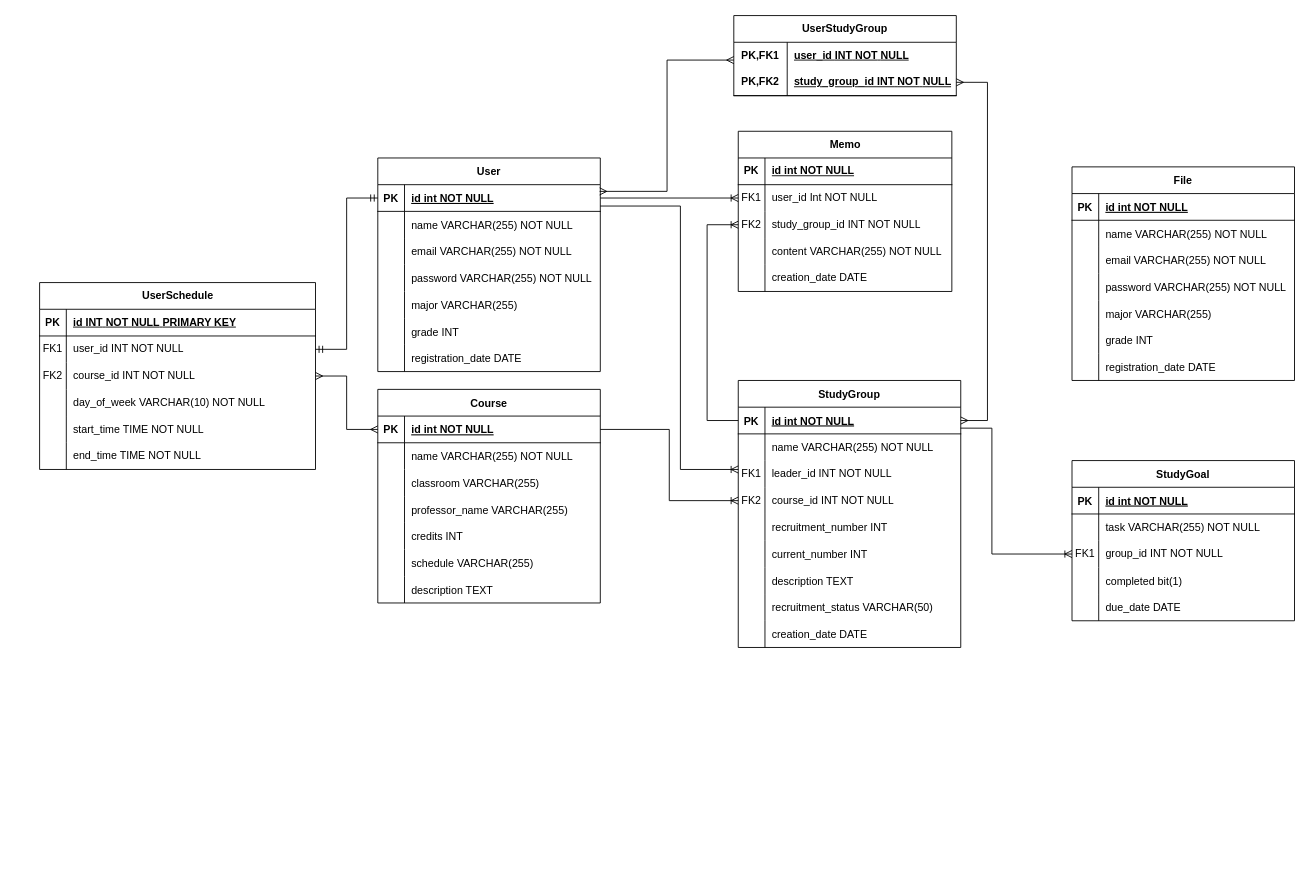
The draw.io diagram demo/제목 없는 다이어그램.drawio in ittnw39/StudyThing, before the edit. Source tidied: cells renumbered, new cells numbered last; positions are measured from the earlier drawing's top-left corner, leaving out a move shared by most shapes. Both pictures are drawn from the tidied source at 89%, with x=0, y=0 at pixel (39, 15).
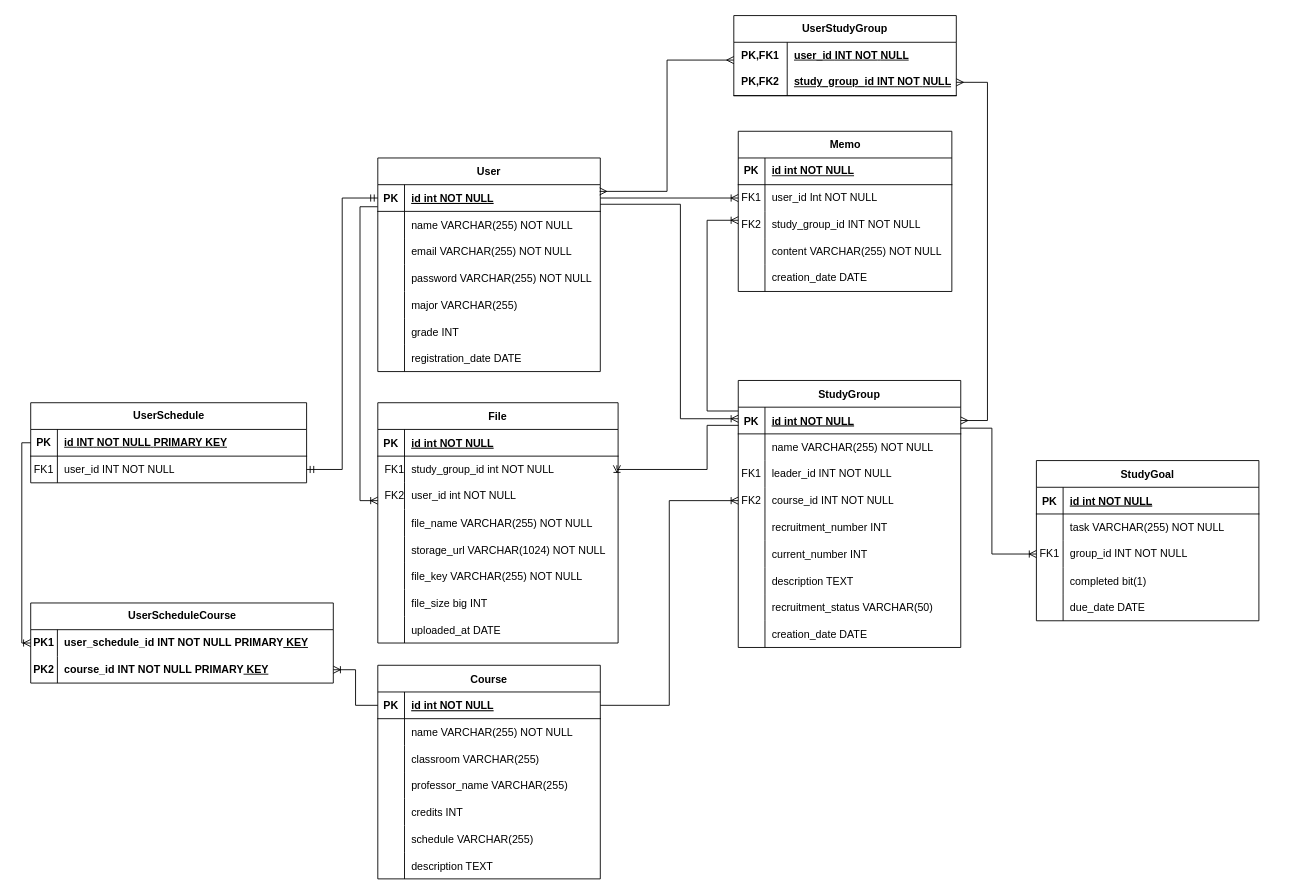
The same page after the edit.

Commit message (it also covers changes not shown here):
제목 없는 다이어그램.drawio 업데이트

Unchanged cells that the change refers to:
```xml
<mxCell id="3" style="shape=partialRectangle;fillColor=none;points=[[0,0.5],[1,0.5]];portConstraint=eastwest;top=0;left=0;right=0;bottom=1;" parent="2" vertex="1">
  <mxGeometry y="30" width="250" height="30" as="geometry" />
</mxCell>
<mxCell id="25" style="shape=partialRectangle;fillColor=none;points=[[0,0.5],[1,0.5]];portConstraint=eastwest;top=0;left=0;right=0;bottom=1;" parent="24" vertex="1">
  <mxGeometry y="30" width="250" height="30" as="geometry" />
</mxCell>
<mxCell id="31" style="shape=tableRow;horizontal=0;startSize=0;swimlaneHead=0;swimlaneBody=0;fillColor=none;points=[[0,0.5],[1,0.5]];portConstraint=eastwest;top=0;left=0;right=0;bottom=0;" parent="24" vertex="1">
  <mxGeometry y="90" width="250" height="30" as="geometry" />
</mxCell>
<mxCell id="75" style="shape=tableRow;horizontal=0;startSize=0;swimlaneHead=0;swimlaneBody=0;fillColor=none;points=[[0,0.5],[1,0.5]];portConstraint=eastwest;top=0;left=0;right=0;bottom=1;" parent="74" vertex="1">
  <mxGeometry y="30" width="310" height="30" as="geometry" />
</mxCell>
<mxCell id="113" style="shape=tableRow;horizontal=0;startSize=0;swimlaneHead=0;swimlaneBody=0;fillColor=none;points=[[0,0.5],[1,0.5]];portConstraint=eastwest;top=0;left=0;right=0;bottom=0;" parent="106" vertex="1">
  <mxGeometry y="90" width="240" height="30" as="geometry" />
</mxCell>
```

Diff of the diagram source:
```diff
@@
     <mxCell id="2" value="Course " style="shape=table;startSize=30;childLayout=tableLayout;rowLines=0;fontStyle=1;align=center;" parent="1" vertex="1">
-      <mxGeometry x="380" y="420" width="250" height="240" as="geometry" />
+      <mxGeometry x="380" y="730" width="250" height="240" as="geometry" />
     </mxCell>
@@
     <mxCell id="74" value="UserSchedule " style="shape=table;startSize=30;childLayout=tableLayout;rowLines=0;fontStyle=1;align=center;html=1;" parent="1" vertex="1">
-      <mxGeometry y="300" width="310" height="210" as="geometry" />
+      <mxGeometry x="-10" y="435" width="310" height="90" as="geometry" />
     </mxCell>
@@
-    <mxCell id="81" style="shape=tableRow;horizontal=0;startSize=0;swimlaneHead=0;swimlaneBody=0;fillColor=none;points=[[0,0.5],[1,0.5]];portConstraint=eastwest;top=0;left=0;right=0;bottom=0;" parent="74" vertex="1">
-      <mxGeometry y="90" width="310" height="30" as="geometry" />
-    </mxCell>
-    <mxCell id="82" value="FK2" style="shape=partialRectangle;fillColor=none;top=0;left=0;bottom=0;right=0;fontStyle=0;overflow=hidden;whiteSpace=wrap;html=1;" parent="81" vertex="1">
-      <mxGeometry width="30" height="30" as="geometry" />
-    </mxCell>
-    <mxCell id="83" value="course_id &lt;span class=&quot;hljs-type&quot;&gt;INT&lt;/span&gt; &lt;span class=&quot;hljs-keyword&quot;&gt;NOT&lt;/span&gt; &lt;span class=&quot;hljs-keyword&quot;&gt;NULL&lt;/span&gt;" style="shape=partialRectangle;fillColor=none;top=0;left=0;bottom=0;right=0;align=left;spacingLeft=6;fontStyle=0;overflow=hidden;whiteSpace=wrap;html=1;" parent="81" vertex="1">
-      <mxGeometry x="30" width="280" height="30" as="geometry" />
-    </mxCell>
-    <mxCell id="84" style="shape=tableRow;horizontal=0;startSize=0;swimlaneHead=0;swimlaneBody=0;fillColor=none;top=0;left=0;right=0;bottom=0;" parent="74" vertex="1">
-      <mxGeometry y="120" width="310" height="30" as="geometry" />
-    </mxCell>
-    <mxCell id="85" style="shape=partialRectangle;fillColor=none;top=0;left=0;bottom=0;right=0;overflow=hidden;whiteSpace=wrap;html=1;" parent="84" vertex="1">
-      <mxGeometry width="30" height="30" as="geometry" />
-    </mxCell>
-    <mxCell id="86" value="day_of_week &lt;span class=&quot;hljs-type&quot;&gt;VARCHAR&lt;/span&gt;(&lt;span class=&quot;hljs-number&quot;&gt;10&lt;/span&gt;) &lt;span class=&quot;hljs-keyword&quot;&gt;NOT&lt;/span&gt; &lt;span class=&quot;hljs-keyword&quot;&gt;NULL&lt;/span&gt;" style="shape=partialRectangle;fillColor=none;top=0;left=0;bottom=0;right=0;align=left;spacingLeft=6;overflow=hidden;whiteSpace=wrap;html=1;" parent="84" vertex="1">
-      <mxGeometry x="30" width="280" height="30" as="geometry" />
-    </mxCell>
-    <mxCell id="87" style="shape=tableRow;horizontal=0;startSize=0;swimlaneHead=0;swimlaneBody=0;fillColor=none;top=0;left=0;right=0;bottom=0;" parent="74" vertex="1">
-      <mxGeometry y="150" width="310" height="30" as="geometry" />
-    </mxCell>
-    <mxCell id="88" style="shape=partialRectangle;fillColor=none;top=0;left=0;bottom=0;right=0;overflow=hidden;whiteSpace=wrap;html=1;" parent="87" vertex="1">
-      <mxGeometry width="30" height="30" as="geometry" />
-    </mxCell>
-    <mxCell id="89" value="start_time &lt;span class=&quot;hljs-type&quot;&gt;TIME&lt;/span&gt; &lt;span class=&quot;hljs-keyword&quot;&gt;NOT&lt;/span&gt; &lt;span class=&quot;hljs-keyword&quot;&gt;NULL&lt;/span&gt;" style="shape=partialRectangle;fillColor=none;top=0;left=0;bottom=0;right=0;align=left;spacingLeft=6;overflow=hidden;whiteSpace=wrap;html=1;" parent="87" vertex="1">
-      <mxGeometry x="30" width="280" height="30" as="geometry" />
-    </mxCell>
-    <mxCell id="90" style="shape=tableRow;horizontal=0;startSize=0;swimlaneHead=0;swimlaneBody=0;fillColor=none;top=0;left=0;right=0;bottom=0;" parent="74" vertex="1">
-      <mxGeometry y="180" width="310" height="30" as="geometry" />
-    </mxCell>
-    <mxCell id="91" style="shape=partialRectangle;fillColor=none;top=0;left=0;bottom=0;right=0;overflow=hidden;whiteSpace=wrap;html=1;" parent="90" vertex="1">
-      <mxGeometry width="30" height="30" as="geometry" />
-    </mxCell>
-    <mxCell id="92" value="end_time &lt;span class=&quot;hljs-type&quot;&gt;TIME&lt;/span&gt; &lt;span class=&quot;hljs-keyword&quot;&gt;NOT&lt;/span&gt; &lt;span class=&quot;hljs-keyword&quot;&gt;NULL&lt;/span&gt;" style="shape=partialRectangle;fillColor=none;top=0;left=0;bottom=0;right=0;align=left;spacingLeft=6;overflow=hidden;whiteSpace=wrap;html=1;" parent="90" vertex="1">
-      <mxGeometry x="30" width="280" height="30" as="geometry" />
-    </mxCell>
@@
-    <mxCell id="101" style="fontSize=12;html=1;endArrow=ERmany;startArrow=ERmany;rounded=0;edgeStyle=orthogonalEdgeStyle;" parent="1" edge="1" source="81" target="3">
-      <mxGeometry relative="1" as="geometry" />
-    </mxCell>
@@
-    <mxCell id="105" style="edgeStyle=orthogonalEdgeStyle;fontSize=12;html=1;endArrow=ERoneToMany;rounded=0;" parent="1" edge="1" target="31">
+    <mxCell id="105" style="edgeStyle=orthogonalEdgeStyle;fontSize=12;html=1;endArrow=ERoneToMany;rounded=0;entryX=0;entryY=0.5;entryDx=0;entryDy=0;" parent="1" edge="1">
       <mxGeometry relative="1" as="geometry">
-        <mxPoint x="630" y="214" as="sourcePoint" />
+        <mxPoint x="630" y="212" as="sourcePoint" />
+        <mxPoint x="785" y="453" as="targetPoint" />
         <Array as="points">
-          <mxPoint x="720" y="214" />
-          <mxPoint x="720" y="510" />
+          <mxPoint x="720" y="212" />
+          <mxPoint x="720" y="453" />
         </Array>
       </mxGeometry>
     </mxCell>
@@
-    <mxCell id="123" style="fontSize=12;html=1;endArrow=ERoneToMany;rounded=0;fontFamily=Helvetica;fontColor=default;fontStyle=0;edgeStyle=orthogonalEdgeStyle;entryX=0;entryY=0.5;entryDx=0;entryDy=0;exitX=0;exitY=0.5;exitDx=0;exitDy=0;" parent="1" edge="1" source="25" target="113">
+    <mxCell id="123" style="fontSize=12;html=1;endArrow=ERoneToMany;rounded=0;fontFamily=Helvetica;fontColor=default;fontStyle=0;edgeStyle=orthogonalEdgeStyle;entryX=0;entryY=0.5;entryDx=0;entryDy=0;exitX=0;exitY=0.31;exitDx=0;exitDy=0;exitPerimeter=0;" parent="1" edge="1">
       <mxGeometry relative="1" as="geometry">
+        <mxPoint x="785" y="444.3" as="sourcePoint" />
+        <mxPoint x="785" y="230" as="targetPoint" />
         <Array as="points">
-          <mxPoint x="750" y="455" />
-          <mxPoint x="750" y="235" />
+          <mxPoint x="750" y="444" />
+          <mxPoint x="750" y="230" />
         </Array>
       </mxGeometry>
     </mxCell>
     <mxCell id="124" value="StudyGoal" style="shape=table;startSize=30;childLayout=tableLayout;rowLines=0;fontStyle=1;align=center;" parent="1" vertex="1">
-      <mxGeometry x="1160" y="500" width="250" height="180" as="geometry" />
+      <mxGeometry x="1120" y="500" width="250" height="180" as="geometry" />
     </mxCell>
@@
     <mxCell id="141" value="File" style="shape=table;startSize=30;childLayout=tableLayout;rowLines=0;fontStyle=1;align=center;" parent="1" vertex="1">
-      <mxGeometry x="1160" y="170" width="250" height="240" as="geometry" />
+      <mxGeometry x="380" y="435" width="270" height="270" as="geometry" />
     </mxCell>
     <mxCell id="142" style="shape=partialRectangle;fillColor=none;top=0;left=0;right=0;bottom=1;" parent="141" vertex="1">
-      <mxGeometry y="30" width="250" height="30" as="geometry" />
+      <mxGeometry y="30" width="270" height="30" as="geometry" />
     </mxCell>
@@
     <mxCell id="144" value="id int NOT NULL " style="shape=partialRectangle;overflow=hidden;fillColor=none;top=0;left=0;bottom=0;right=0;align=left;spacingLeft=6;fontStyle=5;" parent="142" vertex="1">
-      <mxGeometry x="30" width="220" height="30" as="geometry" />
+      <mxGeometry x="30" width="240" height="30" as="geometry" />
     </mxCell>
+    <mxCell id="163" style="shape=tableRow;horizontal=0;startSize=0;swimlaneHead=0;swimlaneBody=0;fillColor=none;points=[[0,0.5],[1,0.5]];portConstraint=eastwest;top=0;left=0;right=0;bottom=0;strokeColor=default;align=left;verticalAlign=middle;spacingLeft=6;fontFamily=Helvetica;fontSize=12;fontColor=default;fontStyle=0;" parent="141" vertex="1">
+      <mxGeometry y="60" width="270" height="30" as="geometry" />
+    </mxCell>
+    <mxCell id="164" value="FK1" style="shape=partialRectangle;fillColor=none;top=0;left=0;bottom=0;right=0;fontStyle=0;overflow=hidden;whiteSpace=wrap;html=1;strokeColor=default;align=left;verticalAlign=middle;spacingLeft=6;fontFamily=Helvetica;fontSize=12;fontColor=default;" parent="163" vertex="1">
+      <mxGeometry width="30" height="30" as="geometry" />
+    </mxCell>
+    <mxCell id="165" value="study_group_id int NOT NULL" style="shape=partialRectangle;fillColor=none;top=0;left=0;bottom=0;right=0;align=left;spacingLeft=6;fontStyle=0;overflow=hidden;whiteSpace=wrap;html=1;strokeColor=default;verticalAlign=middle;fontFamily=Helvetica;fontSize=12;fontColor=default;" parent="163" vertex="1">
+      <mxGeometry x="30" width="240" height="30" as="geometry" />
+    </mxCell>
+    <mxCell id="166" style="shape=tableRow;horizontal=0;startSize=0;swimlaneHead=0;swimlaneBody=0;fillColor=none;points=[[0,0.5],[1,0.5]];portConstraint=eastwest;top=0;left=0;right=0;bottom=0;strokeColor=default;align=left;verticalAlign=middle;spacingLeft=6;fontFamily=Helvetica;fontSize=12;fontColor=default;fontStyle=0;" parent="141" vertex="1">
+      <mxGeometry y="90" width="270" height="30" as="geometry" />
+    </mxCell>
+    <mxCell id="82" value="FK2" style="shape=partialRectangle;fillColor=none;top=0;left=0;bottom=0;right=0;fontStyle=0;overflow=hidden;whiteSpace=wrap;html=1;strokeColor=default;align=left;verticalAlign=middle;spacingLeft=6;fontFamily=Helvetica;fontSize=12;fontColor=default;" parent="166" vertex="1">
+      <mxGeometry width="30" height="30" as="geometry" />
+    </mxCell>
+    <mxCell id="167" value="user_id int NOT NULL" style="shape=partialRectangle;fillColor=none;top=0;left=0;bottom=0;right=0;align=left;spacingLeft=6;fontStyle=0;overflow=hidden;whiteSpace=wrap;html=1;strokeColor=default;verticalAlign=middle;fontFamily=Helvetica;fontSize=12;fontColor=default;" parent="166" vertex="1">
+      <mxGeometry x="30" width="240" height="30" as="geometry" />
+    </mxCell>
     <mxCell id="145" style="shape=partialRectangle;fillColor=none;top=0;left=0;right=0;bottom=0;" parent="141" vertex="1">
-      <mxGeometry y="60" width="250" height="30" as="geometry" />
+      <mxGeometry y="120" width="270" height="30" as="geometry" />
     </mxCell>
@@
-    <mxCell id="147" value="name VARCHAR(255) NOT NULL" style="shape=partialRectangle;overflow=hidden;fillColor=none;top=0;left=0;bottom=0;right=0;align=left;spacingLeft=6;" parent="145" vertex="1">
-      <mxGeometry x="30" width="220" height="30" as="geometry" />
+    <mxCell id="147" value="file_name VARCHAR(255) NOT NULL" style="shape=partialRectangle;overflow=hidden;fillColor=none;top=0;left=0;bottom=0;right=0;align=left;spacingLeft=6;" parent="145" vertex="1">
+      <mxGeometry x="30" width="240" height="30" as="geometry" />
     </mxCell>
     <mxCell id="148" style="shape=tableRow;horizontal=0;startSize=0;swimlaneHead=0;swimlaneBody=0;fillColor=none;top=0;left=0;right=0;bottom=0;" parent="141" vertex="1">
-      <mxGeometry y="90" width="250" height="30" as="geometry" />
+      <mxGeometry y="150" width="270" height="30" as="geometry" />
     </mxCell>
@@
-    <mxCell id="150" value="email VARCHAR(255) NOT NULL" style="shape=partialRectangle;fillColor=none;top=0;left=0;bottom=0;right=0;align=left;spacingLeft=6;overflow=hidden;" parent="148" vertex="1">
-      <mxGeometry x="30" width="220" height="30" as="geometry" />
+    <mxCell id="150" value="storage_url VARCHAR(1024) NOT NULL" style="shape=partialRectangle;fillColor=none;top=0;left=0;bottom=0;right=0;align=left;spacingLeft=6;overflow=hidden;" parent="148" vertex="1">
+      <mxGeometry x="30" width="240" height="30" as="geometry" />
     </mxCell>
     <mxCell id="151" style="shape=tableRow;horizontal=0;startSize=0;swimlaneHead=0;swimlaneBody=0;fillColor=none;top=0;left=0;right=0;bottom=0;" parent="141" vertex="1">
-      <mxGeometry y="120" width="250" height="30" as="geometry" />
+      <mxGeometry y="180" width="270" height="30" as="geometry" />
     </mxCell>
@@
-    <mxCell id="153" value="password VARCHAR(255) NOT NULL" style="shape=partialRectangle;fillColor=none;top=0;left=0;bottom=0;right=0;align=left;spacingLeft=6;overflow=hidden;" parent="151" vertex="1">
-      <mxGeometry x="30" width="220" height="30" as="geometry" />
+    <mxCell id="153" value="file_key VARCHAR(255) NOT NULL" style="shape=partialRectangle;fillColor=none;top=0;left=0;bottom=0;right=0;align=left;spacingLeft=6;overflow=hidden;" parent="151" vertex="1">
+      <mxGeometry x="30" width="240" height="30" as="geometry" />
     </mxCell>
     <mxCell id="154" style="shape=tableRow;horizontal=0;startSize=0;swimlaneHead=0;swimlaneBody=0;fillColor=none;top=0;left=0;right=0;bottom=0;" parent="141" vertex="1">
-      <mxGeometry y="150" width="250" height="30" as="geometry" />
+      <mxGeometry y="210" width="270" height="30" as="geometry" />
     </mxCell>
@@
-    <mxCell id="156" value="major VARCHAR(255)" style="shape=partialRectangle;fillColor=none;top=0;left=0;bottom=0;right=0;align=left;spacingLeft=6;overflow=hidden;" parent="154" vertex="1">
-      <mxGeometry x="30" width="220" height="30" as="geometry" />
+    <mxCell id="156" value="file_size big INT" style="shape=partialRectangle;fillColor=none;top=0;left=0;bottom=0;right=0;align=left;spacingLeft=6;overflow=hidden;" parent="154" vertex="1">
+      <mxGeometry x="30" width="240" height="30" as="geometry" />
     </mxCell>
-    <mxCell id="157" style="shape=tableRow;horizontal=0;startSize=0;swimlaneHead=0;swimlaneBody=0;fillColor=none;top=0;left=0;right=0;bottom=0;" parent="141" vertex="1">
-      <mxGeometry y="180" width="250" height="30" as="geometry" />
-    </mxCell>
-    <mxCell id="158" style="shape=partialRectangle;fillColor=none;top=0;left=0;bottom=0;right=0;overflow=hidden;" parent="157" vertex="1">
-      <mxGeometry width="30" height="30" as="geometry" />
-    </mxCell>
-    <mxCell id="159" value="grade INT" style="shape=partialRectangle;fillColor=none;top=0;left=0;bottom=0;right=0;align=left;spacingLeft=6;overflow=hidden;" parent="157" vertex="1">
-      <mxGeometry x="30" width="220" height="30" as="geometry" />
-    </mxCell>
     <mxCell id="160" style="shape=tableRow;horizontal=0;startSize=0;swimlaneHead=0;swimlaneBody=0;fillColor=none;top=0;left=0;right=0;bottom=0;" parent="141" vertex="1">
-      <mxGeometry y="210" width="250" height="30" as="geometry" />
+      <mxGeometry y="240" width="270" height="30" as="geometry" />
     </mxCell>
@@
-    <mxCell id="162" value="registration_date DATE" style="shape=partialRectangle;fillColor=none;top=0;left=0;bottom=0;right=0;align=left;spacingLeft=6;overflow=hidden;" parent="160" vertex="1">
-      <mxGeometry x="30" width="220" height="30" as="geometry" />
+    <mxCell id="162" value="uploaded_at DATE" style="shape=partialRectangle;fillColor=none;top=0;left=0;bottom=0;right=0;align=left;spacingLeft=6;overflow=hidden;" parent="160" vertex="1">
+      <mxGeometry x="30" width="240" height="30" as="geometry" />
     </mxCell>
+    <mxCell id="168" style="edgeStyle=orthogonalEdgeStyle;fontSize=12;html=1;endArrow=ERoneToMany;rounded=0;fontFamily=Helvetica;fontColor=default;fontStyle=0;entryX=0.995;entryY=0.343;entryDx=0;entryDy=0;exitX=0.001;exitY=0.68;exitDx=0;exitDy=0;exitPerimeter=0;entryPerimeter=0;" parent="1" edge="1" source="25" target="163">
+      <mxGeometry relative="1" as="geometry">
+        <Array as="points">
+          <mxPoint x="750" y="460" />
+          <mxPoint x="750" y="510" />
+        </Array>
+      </mxGeometry>
+    </mxCell>
+    <mxCell id="169" style="edgeStyle=orthogonalEdgeStyle;fontSize=12;html=1;endArrow=ERoneToMany;rounded=0;fontFamily=Helvetica;fontColor=default;fontStyle=0;exitX=0.003;exitY=0.828;exitDx=0;exitDy=0;exitPerimeter=0;" parent="1" edge="1" target="166">
+      <mxGeometry relative="1" as="geometry">
+        <mxPoint x="379.8" y="214.8" as="sourcePoint" />
+        <Array as="points">
+          <mxPoint x="360" y="215" />
+          <mxPoint x="360" y="545" />
+        </Array>
+      </mxGeometry>
+    </mxCell>
+    <mxCell id="170" value="UserScheduleCourse" style="shape=table;startSize=30;childLayout=tableLayout;rowLines=0;fontStyle=1;align=center;html=1;" parent="1" vertex="1">
+      <mxGeometry x="-10" y="660" width="340" height="90" as="geometry" />
+    </mxCell>
+    <mxCell id="171" style="shape=tableRow;horizontal=0;startSize=0;swimlaneHead=0;swimlaneBody=0;fillColor=none;points=[[0,0.5],[1,0.5]];portConstraint=eastwest;top=0;left=0;right=0;bottom=0;" parent="170" vertex="1">
+      <mxGeometry y="30" width="340" height="30" as="geometry" />
+    </mxCell>
+    <mxCell id="172" value="&lt;span style=&quot;font-weight: 700;&quot;&gt;PK1&lt;/span&gt;" style="shape=partialRectangle;fillColor=none;top=0;left=0;bottom=0;right=0;fontStyle=0;overflow=hidden;whiteSpace=wrap;html=1;" parent="171" vertex="1">
+      <mxGeometry width="30" height="30" as="geometry" />
+    </mxCell>
+    <mxCell id="173" value="&lt;b&gt;user_schedule_id &lt;span class=&quot;hljs-type&quot;&gt;INT&lt;/span&gt; &lt;span class=&quot;hljs-keyword&quot;&gt;NOT&lt;/span&gt; &lt;span class=&quot;hljs-keyword&quot;&gt;NULL&amp;nbsp;&lt;/span&gt;&lt;/b&gt;&lt;span style=&quot;font-weight: 700;&quot; class=&quot;hljs-keyword&quot;&gt;PRIMARY&lt;/span&gt;&lt;span style=&quot;font-weight: 700; text-decoration-line: underline;&quot;&gt;&amp;nbsp;KEY&lt;/span&gt;" style="shape=partialRectangle;fillColor=none;top=0;left=0;bottom=0;right=0;align=left;spacingLeft=6;fontStyle=0;overflow=hidden;whiteSpace=wrap;html=1;" parent="171" vertex="1">
+      <mxGeometry x="30" width="310" height="30" as="geometry" />
+    </mxCell>
+    <mxCell id="174" style="shape=tableRow;horizontal=0;startSize=0;swimlaneHead=0;swimlaneBody=0;fillColor=none;points=[[0,0.5],[1,0.5]];portConstraint=eastwest;top=0;left=0;right=0;bottom=0;" parent="170" vertex="1">
+      <mxGeometry y="60" width="340" height="30" as="geometry" />
+    </mxCell>
+    <mxCell id="175" value="&lt;span style=&quot;font-weight: 700;&quot;&gt;PK2&lt;/span&gt;" style="shape=partialRectangle;fillColor=none;top=0;left=0;bottom=0;right=0;fontStyle=0;overflow=hidden;whiteSpace=wrap;html=1;" parent="174" vertex="1">
+      <mxGeometry width="30" height="30" as="geometry" />
+    </mxCell>
+    <mxCell id="176" value="&lt;b&gt;course_id &lt;span class=&quot;hljs-type&quot;&gt;INT&lt;/span&gt; &lt;span class=&quot;hljs-keyword&quot;&gt;NOT&lt;/span&gt; &lt;span class=&quot;hljs-keyword&quot;&gt;NULL&amp;nbsp;&lt;/span&gt;&lt;/b&gt;&lt;span style=&quot;font-weight: 700;&quot; class=&quot;hljs-keyword&quot;&gt;PRIMARY&lt;/span&gt;&lt;span style=&quot;font-weight: 700; text-decoration-line: underline;&quot;&gt;&amp;nbsp;KEY&lt;/span&gt;" style="shape=partialRectangle;fillColor=none;top=0;left=0;bottom=0;right=0;align=left;spacingLeft=6;fontStyle=0;overflow=hidden;whiteSpace=wrap;html=1;" parent="174" vertex="1">
+      <mxGeometry x="30" width="310" height="30" as="geometry" />
+    </mxCell>
+    <mxCell id="177" style="edgeStyle=orthogonalEdgeStyle;fontSize=12;html=1;endArrow=ERoneToMany;rounded=0;fontFamily=Helvetica;fontColor=default;fontStyle=0;exitX=0;exitY=0.5;exitDx=0;exitDy=0;entryX=0;entryY=0.5;entryDx=0;entryDy=0;" parent="1" edge="1" source="75" target="171">
+      <mxGeometry relative="1" as="geometry" />
+    </mxCell>
+    <mxCell id="178" style="edgeStyle=orthogonalEdgeStyle;fontSize=12;html=1;endArrow=ERoneToMany;rounded=0;fontFamily=Helvetica;fontColor=default;fontStyle=0;entryX=1;entryY=0.5;entryDx=0;entryDy=0;exitX=0;exitY=0.5;exitDx=0;exitDy=0;" parent="1" edge="1" source="3" target="174">
+      <mxGeometry relative="1" as="geometry" />
+    </mxCell>
```
